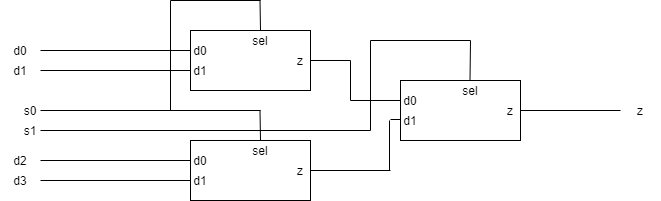
Before: mux4.png, a diagram exported from draw.io (BenHalpe/Sim1). Source tidied: cells renumbered, new cells last; positions are measured from the earlier drawing's top-left corner, leaving out a move shared by most shapes. Source of this version:
```xml
<mxGraphModel>
  <root>
    <mxCell id="0" />
    <mxCell id="1" parent="0" />
    <mxCell id="2" style="rounded=0;whiteSpace=wrap;html=1;" parent="1" vertex="1">
      <mxGeometry x="190" y="30" width="120" height="60" as="geometry" />
    </mxCell>
    <mxCell id="3" style="endArrow=none;html=1;" parent="1" edge="1">
      <mxGeometry relative="1" as="geometry">
        <mxPoint x="40" y="70" as="sourcePoint" />
        <mxPoint x="190" y="70" as="targetPoint" />
      </mxGeometry>
    </mxCell>
    <mxCell id="4" style="endArrow=none;html=1;" parent="1" edge="1">
      <mxGeometry relative="1" as="geometry">
        <mxPoint x="40" y="160" as="sourcePoint" />
        <mxPoint x="190" y="160" as="targetPoint" />
      </mxGeometry>
    </mxCell>
    <mxCell id="5" style="endArrow=none;html=1;" parent="1" edge="1">
      <mxGeometry relative="1" as="geometry">
        <mxPoint x="40" y="180" as="sourcePoint" />
        <mxPoint x="190" y="180" as="targetPoint" />
      </mxGeometry>
    </mxCell>
    <mxCell id="6" style="endArrow=none;html=1;" parent="1" edge="1">
      <mxGeometry relative="1" as="geometry">
        <mxPoint x="40" y="50" as="sourcePoint" />
        <mxPoint x="190" y="50" as="targetPoint" />
      </mxGeometry>
    </mxCell>
    <mxCell id="7" value="d0" style="text;html=1;strokeColor=none;fillColor=none;align=center;verticalAlign=middle;whiteSpace=wrap;rounded=0;" parent="1" vertex="1">
      <mxGeometry x="180" y="40" width="40" height="20" as="geometry" />
    </mxCell>
    <mxCell id="8" value="d1" style="text;html=1;strokeColor=none;fillColor=none;align=center;verticalAlign=middle;whiteSpace=wrap;rounded=0;" parent="1" vertex="1">
      <mxGeometry x="180" y="60" width="40" height="20" as="geometry" />
    </mxCell>
    <mxCell id="9" value="sel" style="text;html=1;strokeColor=none;fillColor=none;align=center;verticalAlign=middle;whiteSpace=wrap;rounded=0;" parent="1" vertex="1">
      <mxGeometry x="240" y="30" width="40" height="20" as="geometry" />
    </mxCell>
    <mxCell id="10" value="z" style="text;html=1;strokeColor=none;fillColor=none;align=center;verticalAlign=middle;whiteSpace=wrap;rounded=0;" parent="1" vertex="1">
      <mxGeometry x="280" y="50" width="40" height="20" as="geometry" />
    </mxCell>
    <mxCell id="11" style="rounded=0;whiteSpace=wrap;html=1;" parent="1" vertex="1">
      <mxGeometry x="190" y="140" width="120" height="60" as="geometry" />
    </mxCell>
    <mxCell id="12" value="d0" style="text;html=1;strokeColor=none;fillColor=none;align=center;verticalAlign=middle;whiteSpace=wrap;rounded=0;" parent="1" vertex="1">
      <mxGeometry x="180" y="150" width="40" height="20" as="geometry" />
    </mxCell>
    <mxCell id="13" value="d1" style="text;html=1;strokeColor=none;fillColor=none;align=center;verticalAlign=middle;whiteSpace=wrap;rounded=0;" parent="1" vertex="1">
      <mxGeometry x="180" y="170" width="40" height="20" as="geometry" />
    </mxCell>
    <mxCell id="14" value="sel" style="text;html=1;strokeColor=none;fillColor=none;align=center;verticalAlign=middle;whiteSpace=wrap;rounded=0;" parent="1" vertex="1">
      <mxGeometry x="240" y="140" width="40" height="20" as="geometry" />
    </mxCell>
    <mxCell id="15" value="z" style="text;html=1;strokeColor=none;fillColor=none;align=center;verticalAlign=middle;whiteSpace=wrap;rounded=0;" parent="1" vertex="1">
      <mxGeometry x="280" y="160" width="40" height="20" as="geometry" />
    </mxCell>
    <mxCell id="16" style="rounded=0;whiteSpace=wrap;html=1;" parent="1" vertex="1">
      <mxGeometry x="400" y="80" width="120" height="60" as="geometry" />
    </mxCell>
    <mxCell id="17" value="d0" style="text;html=1;strokeColor=none;fillColor=none;align=center;verticalAlign=middle;whiteSpace=wrap;rounded=0;" parent="1" vertex="1">
      <mxGeometry x="390" y="90" width="40" height="20" as="geometry" />
    </mxCell>
    <mxCell id="18" value="d1" style="text;html=1;strokeColor=none;fillColor=none;align=center;verticalAlign=middle;whiteSpace=wrap;rounded=0;" parent="1" vertex="1">
      <mxGeometry x="390" y="110" width="40" height="20" as="geometry" />
    </mxCell>
    <mxCell id="19" value="sel" style="text;html=1;strokeColor=none;fillColor=none;align=center;verticalAlign=middle;whiteSpace=wrap;rounded=0;" parent="1" vertex="1">
      <mxGeometry x="450" y="80" width="40" height="20" as="geometry" />
    </mxCell>
    <mxCell id="20" value="z" style="text;html=1;strokeColor=none;fillColor=none;align=center;verticalAlign=middle;whiteSpace=wrap;rounded=0;" parent="1" vertex="1">
      <mxGeometry x="490" y="100" width="40" height="20" as="geometry" />
    </mxCell>
    <mxCell id="21" value="d0" style="text;html=1;strokeColor=none;fillColor=none;align=center;verticalAlign=middle;whiteSpace=wrap;rounded=0;" parent="1" vertex="1">
      <mxGeometry y="40" width="40" height="20" as="geometry" />
    </mxCell>
    <mxCell id="22" value="d1" style="text;html=1;strokeColor=none;fillColor=none;align=center;verticalAlign=middle;whiteSpace=wrap;rounded=0;" parent="1" vertex="1">
      <mxGeometry y="60" width="40" height="20" as="geometry" />
    </mxCell>
    <mxCell id="23" style="endArrow=none;html=1;" parent="1" edge="1">
      <mxGeometry relative="1" as="geometry">
        <mxPoint x="40" y="110" as="sourcePoint" />
        <mxPoint x="260" y="110" as="targetPoint" />
      </mxGeometry>
    </mxCell>
    <mxCell id="24" style="endArrow=none;html=1;" parent="1" edge="1">
      <mxGeometry relative="1" as="geometry">
        <mxPoint x="40" y="130" as="sourcePoint" />
        <mxPoint x="370" y="130" as="targetPoint" />
      </mxGeometry>
    </mxCell>
    <mxCell id="25" value="s0" style="text;html=1;strokeColor=none;fillColor=none;align=center;verticalAlign=middle;whiteSpace=wrap;rounded=0;" parent="1" vertex="1">
      <mxGeometry x="10" y="100" width="40" height="20" as="geometry" />
    </mxCell>
    <mxCell id="26" value="s1" style="text;html=1;strokeColor=none;fillColor=none;align=center;verticalAlign=middle;whiteSpace=wrap;rounded=0;" parent="1" vertex="1">
      <mxGeometry x="10" y="120" width="40" height="20" as="geometry" />
    </mxCell>
    <mxCell id="27" value="d2" style="text;html=1;strokeColor=none;fillColor=none;align=center;verticalAlign=middle;whiteSpace=wrap;rounded=0;" parent="1" vertex="1">
      <mxGeometry y="150" width="40" height="20" as="geometry" />
    </mxCell>
    <mxCell id="28" value="d3" style="text;html=1;strokeColor=none;fillColor=none;align=center;verticalAlign=middle;whiteSpace=wrap;rounded=0;" parent="1" vertex="1">
      <mxGeometry y="170" width="40" height="20" as="geometry" />
    </mxCell>
    <mxCell id="29" style="endArrow=none;html=1;" parent="1" edge="1">
      <mxGeometry relative="1" as="geometry">
        <mxPoint x="370" y="40" as="sourcePoint" />
        <mxPoint x="470" y="40" as="targetPoint" />
      </mxGeometry>
    </mxCell>
    <mxCell id="30" style="endArrow=none;html=1;" parent="1" edge="1">
      <mxGeometry relative="1" as="geometry">
        <mxPoint x="170" as="sourcePoint" />
        <mxPoint x="260" as="targetPoint" />
      </mxGeometry>
    </mxCell>
    <mxCell id="31" style="endArrow=none;html=1;" parent="1" edge="1">
      <mxGeometry relative="1" as="geometry">
        <mxPoint x="310" y="60" as="sourcePoint" />
        <mxPoint x="350" y="60" as="targetPoint" />
      </mxGeometry>
    </mxCell>
    <mxCell id="32" style="endArrow=none;html=1;" parent="1" edge="1">
      <mxGeometry relative="1" as="geometry">
        <mxPoint x="310" y="170" as="sourcePoint" />
        <mxPoint x="390" y="170" as="targetPoint" />
      </mxGeometry>
    </mxCell>
    <mxCell id="33" style="endArrow=none;html=1;" parent="1" edge="1">
      <mxGeometry relative="1" as="geometry">
        <mxPoint x="170" y="110" as="sourcePoint" />
        <mxPoint x="170" as="targetPoint" />
      </mxGeometry>
    </mxCell>
    <mxCell id="34" style="endArrow=none;html=1;" parent="1" edge="1">
      <mxGeometry relative="1" as="geometry">
        <mxPoint x="260" y="30" as="sourcePoint" />
        <mxPoint x="259.5" as="targetPoint" />
      </mxGeometry>
    </mxCell>
    <mxCell id="35" style="endArrow=none;html=1;" parent="1" edge="1">
      <mxGeometry relative="1" as="geometry">
        <mxPoint x="370" y="130" as="sourcePoint" />
        <mxPoint x="370" y="40" as="targetPoint" />
      </mxGeometry>
    </mxCell>
    <mxCell id="36" style="endArrow=none;html=1;" parent="1" edge="1">
      <mxGeometry relative="1" as="geometry">
        <mxPoint x="260" y="140" as="sourcePoint" />
        <mxPoint x="259.5" y="110" as="targetPoint" />
      </mxGeometry>
    </mxCell>
    <mxCell id="37" style="endArrow=none;html=1;" parent="1" edge="1">
      <mxGeometry relative="1" as="geometry">
        <mxPoint x="389" y="170" as="sourcePoint" />
        <mxPoint x="389" y="120" as="targetPoint" />
      </mxGeometry>
    </mxCell>
    <mxCell id="38" style="endArrow=none;html=1;" parent="1" edge="1">
      <mxGeometry relative="1" as="geometry">
        <mxPoint x="469.5" y="80" as="sourcePoint" />
        <mxPoint x="470" y="40" as="targetPoint" />
      </mxGeometry>
    </mxCell>
    <mxCell id="39" style="endArrow=none;html=1;" parent="1" edge="1">
      <mxGeometry relative="1" as="geometry">
        <mxPoint x="350" y="100" as="sourcePoint" />
        <mxPoint x="350" y="60" as="targetPoint" />
      </mxGeometry>
    </mxCell>
    <mxCell id="40" style="endArrow=none;html=1;" parent="1" edge="1">
      <mxGeometry relative="1" as="geometry">
        <mxPoint x="350" y="100" as="sourcePoint" />
        <mxPoint x="400" y="100" as="targetPoint" />
      </mxGeometry>
    </mxCell>
    <mxCell id="41" style="endArrow=none;html=1;entryX=0;entryY=0.5;entryDx=0;entryDy=0;" parent="1" edge="1" target="43">
      <mxGeometry relative="1" as="geometry">
        <mxPoint x="520" y="110" as="sourcePoint" />
      </mxGeometry>
    </mxCell>
    <mxCell id="42" style="endArrow=none;html=1;" parent="1" edge="1">
      <mxGeometry relative="1" as="geometry">
        <mxPoint x="390" y="119" as="sourcePoint" />
        <mxPoint x="400" y="119" as="targetPoint" />
      </mxGeometry>
    </mxCell>
    <mxCell id="43" value="z" style="text;html=1;strokeColor=none;fillColor=none;align=center;verticalAlign=middle;whiteSpace=wrap;rounded=0;" parent="1" vertex="1">
      <mxGeometry x="620" y="100" width="40" height="20" as="geometry" />
    </mxCell>
  </root>
</mxGraphModel>
```
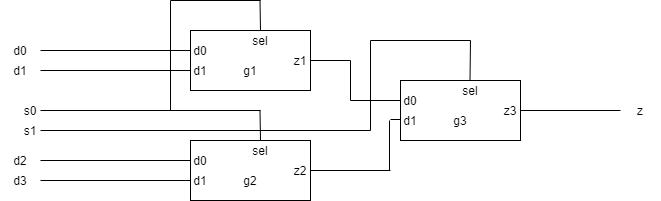
Above is the later version.

Commit message:
mux4pic

What changed in the source:
```diff
@@ -38,7 +38,7 @@
     <mxCell id="9" value="sel" style="text;html=1;strokeColor=none;fillColor=none;align=center;verticalAlign=middle;whiteSpace=wrap;rounded=0;" parent="1" vertex="1">
       <mxGeometry x="240" y="30" width="40" height="20" as="geometry" />
     </mxCell>
-    <mxCell id="10" value="z" style="text;html=1;strokeColor=none;fillColor=none;align=center;verticalAlign=middle;whiteSpace=wrap;rounded=0;" parent="1" vertex="1">
+    <mxCell id="10" value="z1" style="text;html=1;strokeColor=none;fillColor=none;align=center;verticalAlign=middle;whiteSpace=wrap;rounded=0;" parent="1" vertex="1">
       <mxGeometry x="280" y="50" width="40" height="20" as="geometry" />
     </mxCell>
     <mxCell id="11" style="rounded=0;whiteSpace=wrap;html=1;" parent="1" vertex="1">
@@ -53,7 +53,7 @@
     <mxCell id="14" value="sel" style="text;html=1;strokeColor=none;fillColor=none;align=center;verticalAlign=middle;whiteSpace=wrap;rounded=0;" parent="1" vertex="1">
       <mxGeometry x="240" y="140" width="40" height="20" as="geometry" />
     </mxCell>
-    <mxCell id="15" value="z" style="text;html=1;strokeColor=none;fillColor=none;align=center;verticalAlign=middle;whiteSpace=wrap;rounded=0;" parent="1" vertex="1">
+    <mxCell id="15" value="z2" style="text;html=1;strokeColor=none;fillColor=none;align=center;verticalAlign=middle;whiteSpace=wrap;rounded=0;" parent="1" vertex="1">
       <mxGeometry x="280" y="160" width="40" height="20" as="geometry" />
     </mxCell>
     <mxCell id="16" style="rounded=0;whiteSpace=wrap;html=1;" parent="1" vertex="1">
@@ -68,7 +68,7 @@
     <mxCell id="19" value="sel" style="text;html=1;strokeColor=none;fillColor=none;align=center;verticalAlign=middle;whiteSpace=wrap;rounded=0;" parent="1" vertex="1">
       <mxGeometry x="450" y="80" width="40" height="20" as="geometry" />
     </mxCell>
-    <mxCell id="20" value="z" style="text;html=1;strokeColor=none;fillColor=none;align=center;verticalAlign=middle;whiteSpace=wrap;rounded=0;" parent="1" vertex="1">
+    <mxCell id="20" value="z3" style="text;html=1;strokeColor=none;fillColor=none;align=center;verticalAlign=middle;whiteSpace=wrap;rounded=0;" parent="1" vertex="1">
       <mxGeometry x="490" y="100" width="40" height="20" as="geometry" />
     </mxCell>
     <mxCell id="21" value="d0" style="text;html=1;strokeColor=none;fillColor=none;align=center;verticalAlign=middle;whiteSpace=wrap;rounded=0;" parent="1" vertex="1">
@@ -187,5 +187,14 @@
     <mxCell id="43" value="z" style="text;html=1;strokeColor=none;fillColor=none;align=center;verticalAlign=middle;whiteSpace=wrap;rounded=0;" parent="1" vertex="1">
       <mxGeometry x="620" y="100" width="40" height="20" as="geometry" />
     </mxCell>
+    <mxCell id="44" value="g1" style="text;html=1;strokeColor=none;fillColor=none;align=center;verticalAlign=middle;whiteSpace=wrap;rounded=0;" parent="1" vertex="1">
+      <mxGeometry x="230" y="60" width="40" height="20" as="geometry" />
+    </mxCell>
+    <mxCell id="45" value="g2" style="text;html=1;strokeColor=none;fillColor=none;align=center;verticalAlign=middle;whiteSpace=wrap;rounded=0;" parent="1" vertex="1">
+      <mxGeometry x="230" y="170" width="40" height="20" as="geometry" />
+    </mxCell>
+    <mxCell id="46" value="g3" style="text;html=1;strokeColor=none;fillColor=none;align=center;verticalAlign=middle;whiteSpace=wrap;rounded=0;" parent="1" vertex="1">
+      <mxGeometry x="440" y="110" width="40" height="20" as="geometry" />
+    </mxCell>
   </root>
 </mxGraphModel>
```
